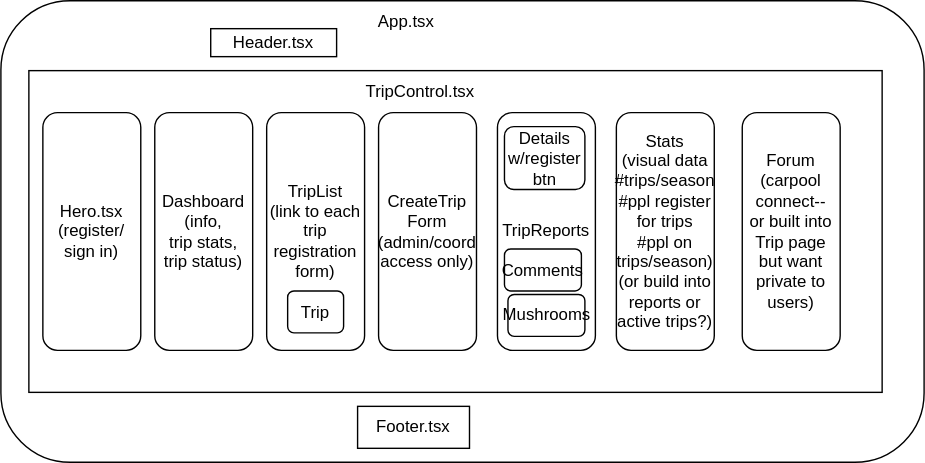
Above: assets/diagrams/component-diagram.drawio.svg in kimmykokonut/Capstone (draw.io), before the change. Source tidied: cells renumbered, new cells last; positions are measured from the earlier drawing's top-left corner, leaving out a move shared by most shapes.
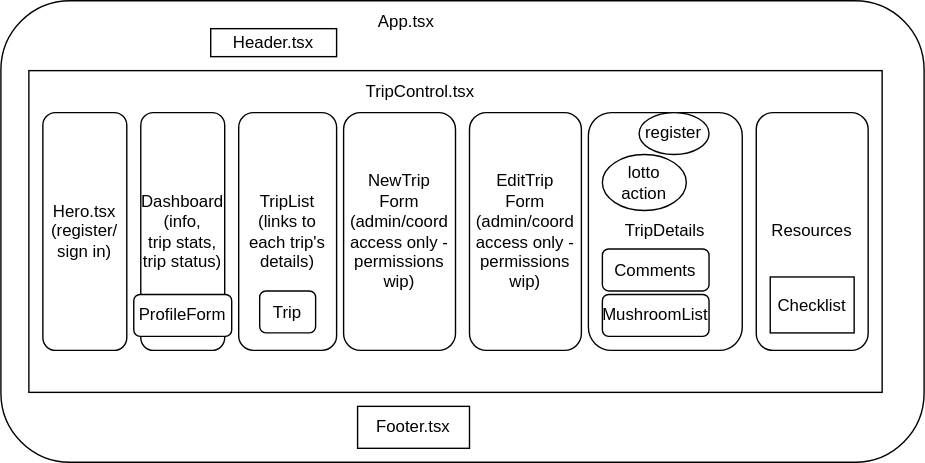
Above is the later version.

Commit message:
update react component diagram

The edit, as a diff of the source:
```diff
@@ -21,37 +21,46 @@
       <mxGeometry x="270" y="50" width="60" height="30" as="geometry" />
     </mxCell>
     <mxCell id="8" value="Hero.tsx&lt;br&gt;(register/&lt;br&gt;sign in)" style="rounded=1;whiteSpace=wrap;html=1;" parent="1" vertex="1">
-      <mxGeometry x="30" y="80" width="70" height="170" as="geometry" />
+      <mxGeometry x="30" y="80" width="60" height="170" as="geometry" />
     </mxCell>
     <mxCell id="9" value="Dashboard&lt;br&gt;(info, &lt;br&gt;trip stats,&lt;br&gt;trip status)" style="rounded=1;whiteSpace=wrap;html=1;" parent="1" vertex="1">
-      <mxGeometry x="110" y="80" width="70" height="170" as="geometry" />
+      <mxGeometry x="100" y="80" width="60" height="170" as="geometry" />
     </mxCell>
-    <mxCell id="10" value="TripReports&lt;br&gt;" style="rounded=1;whiteSpace=wrap;html=1;" parent="1" vertex="1">
-      <mxGeometry x="355" y="80" width="70" height="170" as="geometry" />
+    <mxCell id="10" value="TripDetails" style="rounded=1;whiteSpace=wrap;html=1;" parent="1" vertex="1">
+      <mxGeometry x="420" y="80" width="110" height="170" as="geometry" />
     </mxCell>
-    <mxCell id="11" value="CreateTrip&lt;br&gt;Form&lt;br&gt;(admin/coord access only)" style="rounded=1;whiteSpace=wrap;html=1;" parent="1" vertex="1">
-      <mxGeometry x="270" y="80" width="70" height="170" as="geometry" />
+    <mxCell id="11" value="NewTrip&lt;br&gt;Form&lt;br&gt;(admin/coord access only -permissions wip)" style="rounded=1;whiteSpace=wrap;html=1;" parent="1" vertex="1">
+      <mxGeometry x="245" y="80" width="80" height="170" as="geometry" />
     </mxCell>
-    <mxCell id="12" value="TripList&lt;br&gt;(link to each trip registration form)" style="rounded=1;whiteSpace=wrap;html=1;" parent="1" vertex="1">
-      <mxGeometry x="190" y="80" width="70" height="170" as="geometry" />
+    <mxCell id="12" value="TripList&lt;br&gt;(links to each trip's details)" style="rounded=1;whiteSpace=wrap;html=1;" parent="1" vertex="1">
+      <mxGeometry x="170" y="80" width="70" height="170" as="geometry" />
     </mxCell>
     <mxCell id="13" value="Comments" style="rounded=1;whiteSpace=wrap;html=1;" parent="1" vertex="1">
-      <mxGeometry x="360" y="177.5" width="55" height="30" as="geometry" />
+      <mxGeometry x="430" y="177.5" width="76.2" height="30" as="geometry" />
     </mxCell>
     <mxCell id="14" value="Trip" style="rounded=1;whiteSpace=wrap;html=1;" parent="1" vertex="1">
-      <mxGeometry x="205" y="207.5" width="40" height="30" as="geometry" />
+      <mxGeometry x="185" y="207.5" width="40" height="30" as="geometry" />
     </mxCell>
-    <mxCell id="15" value="Stats&lt;br&gt;(visual data&lt;br&gt;#trips/season&lt;br&gt;#ppl register for trips&lt;br&gt;#ppl on trips/season)&lt;br&gt;(or build into reports or active trips?)" style="rounded=1;whiteSpace=wrap;html=1;" parent="1" vertex="1">
-      <mxGeometry x="440" y="80" width="70" height="170" as="geometry" />
+    <mxCell id="15" value="Resources" style="rounded=1;whiteSpace=wrap;html=1;" parent="1" vertex="1">
+      <mxGeometry x="540" y="80" width="80" height="170" as="geometry" />
     </mxCell>
-    <mxCell id="16" value="Forum&lt;br&gt;(carpool connect--&lt;br&gt;or built into Trip page but want private to users)" style="rounded=1;whiteSpace=wrap;html=1;" parent="1" vertex="1">
-      <mxGeometry x="530" y="80" width="70" height="170" as="geometry" />
-    </mxCell>
-    <mxCell id="17" value="Details&lt;br&gt;w/register btn" style="rounded=1;whiteSpace=wrap;html=1;" parent="1" vertex="1">
-      <mxGeometry x="360" y="90" width="57.5" height="45" as="geometry" />
-    </mxCell>
-    <mxCell id="18" value="Mushrooms" style="rounded=1;whiteSpace=wrap;html=1;" parent="1" vertex="1">
-      <mxGeometry x="362.5" y="210" width="55" height="30" as="geometry" />
+    <mxCell id="18" value="MushroomList" style="rounded=1;whiteSpace=wrap;html=1;" parent="1" vertex="1">
+      <mxGeometry x="430" y="210" width="76.2" height="30" as="geometry" />
     </mxCell>
+    <mxCell id="19" value="register" style="ellipse;whiteSpace=wrap;html=1;" parent="1" vertex="1">
+      <mxGeometry x="456.2" y="80" width="50" height="30" as="geometry" />
+    </mxCell>
+    <mxCell id="20" value="lotto action" style="ellipse;whiteSpace=wrap;html=1;" parent="1" vertex="1">
+      <mxGeometry x="430" y="110" width="60" height="40" as="geometry" />
+    </mxCell>
+    <mxCell id="21" value="Checklist" style="rounded=0;whiteSpace=wrap;html=1;" parent="1" vertex="1">
+      <mxGeometry x="550" y="197.5" width="60" height="40" as="geometry" />
+    </mxCell>
+    <mxCell id="22" value="EditTrip&lt;br&gt;Form&lt;br&gt;(admin/coord access only -permissions wip)" style="rounded=1;whiteSpace=wrap;html=1;" parent="1" vertex="1">
+      <mxGeometry x="335" y="80" width="80" height="170" as="geometry" />
+    </mxCell>
+    <mxCell id="23" value="ProfileForm" style="rounded=1;whiteSpace=wrap;html=1;" parent="1" vertex="1">
+      <mxGeometry x="95" y="210" width="70" height="30" as="geometry" />
+    </mxCell>
   </root>
 </mxGraphModel>
```
